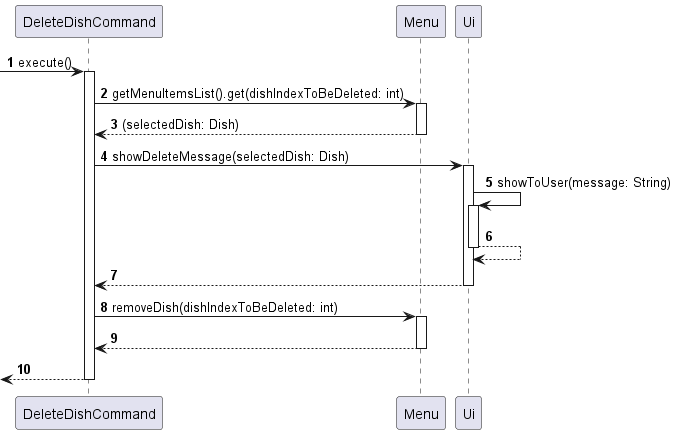
Above: docs/images/sequence/DeleteDishCommand_execute.png in nus-cs2113-AY2324S1/tp (PlantUML), before the change.
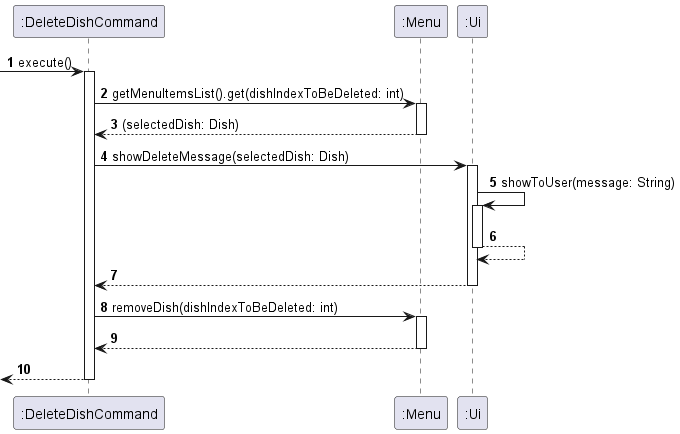
Above is the later version.

Diff of the diagram source:
```diff
@@ -1,24 +1,24 @@
 @startuml
-!define COMMAND class ListIngredientCommand
-!define UI class Ui
-!define MENU class Menu
+!define COMMAND class ":DeleteDishCommand"
+!define UI class ":Ui"
+!define MENU class ":Menu"
 
 autonumber
 
--> DeleteDishCommand : execute()
-activate DeleteDishCommand
+-> ":DeleteDishCommand" : execute()
+activate ":DeleteDishCommand"
 
-DeleteDishCommand -> Menu : getMenuItemsList().get(dishIndexToBeDeleted: int)
-activate Menu
+":DeleteDishCommand" -> ":Menu" : getMenuItemsList().get(dishIndexToBeDeleted: int)
+activate ":Menu"
 return (selectedDish: Dish)
-DeleteDishCommand -> Ui : showDeleteMessage(selectedDish: Dish)
-activate Ui
-Ui -> Ui : showToUser(message: String)
-activate Ui
+":DeleteDishCommand" -> ":Ui" : showDeleteMessage(selectedDish: Dish)
+activate ":Ui"
+":Ui" -> ":Ui" : showToUser(message: String)
+activate ":Ui"
 return
 return
-DeleteDishCommand -> Menu : removeDish(dishIndexToBeDeleted: int)
-activate Menu
+":DeleteDishCommand" -> ":Menu" : removeDish(dishIndexToBeDeleted: int)
+activate ":Menu"
 return
 return
 
```
